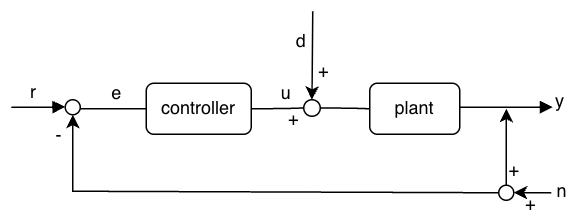
The draw.io diagram _static/images/block_diagrams/noise_disturbances.png in suann124/AIinTeaching_Archive, before a commit. Source tidied: cells renumbered, new cells last; positions are measured from the earlier drawing's top-left corner, leaving out a move shared by most shapes.
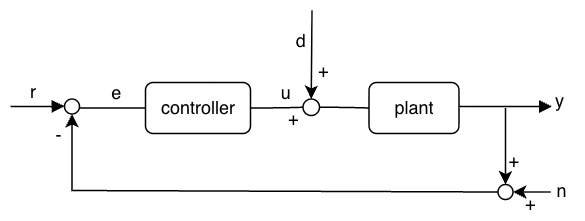
After the commit.

The edit, as a diff of the source:
```diff
@@ -66,11 +66,6 @@
         </Array>
       </mxGeometry>
     </mxCell>
-    <mxCell id="18" style="endArrow=classic;html=1;rounded=0;exitX=0.5;exitY=0;exitDx=0;exitDy=0;" parent="1" edge="1" source="7">
-      <mxGeometry relative="1" as="geometry">
-        <mxPoint x="332" y="65" as="targetPoint" />
-      </mxGeometry>
-    </mxCell>
     <mxCell id="19" style="endArrow=classic;html=1;rounded=0;entryX=0.5;entryY=0;entryDx=0;entryDy=0;" parent="1" edge="1" target="4">
       <mxGeometry relative="1" as="geometry">
         <mxPoint x="203" as="sourcePoint" />
@@ -97,14 +92,20 @@
     <mxCell id="23" value="+" style="text;html=1;strokeColor=none;fillColor=none;align=right;verticalAlign=middle;" parent="1" vertex="1">
       <mxGeometry x="175" y="62" width="20" height="20" as="geometry" />
     </mxCell>
-    <mxCell id="24" value="+" style="text;html=1;strokeColor=none;fillColor=none;align=right;verticalAlign=middle;" parent="1" vertex="1">
-      <mxGeometry x="322" y="96" width="20" height="20" as="geometry" />
-    </mxCell>
     <mxCell id="25" value="+" style="text;html=1;strokeColor=none;fillColor=none;align=right;verticalAlign=middle;" parent="1" vertex="1">
       <mxGeometry x="333" y="119" width="20" height="20" as="geometry" />
     </mxCell>
     <mxCell id="26" value="-" style="text;html=1;strokeColor=none;fillColor=none;align=right;verticalAlign=middle;" parent="1" vertex="1">
       <mxGeometry x="17" y="73" width="20" height="20" as="geometry" />
     </mxCell>
+    <mxCell id="27" style="endArrow=classic;html=1;rounded=0;entryX=0.5;entryY=1;entryDx=0;entryDy=0;" parent="1" edge="1">
+      <mxGeometry relative="1" as="geometry">
+        <mxPoint x="332" y="65" as="sourcePoint" />
+        <mxPoint x="332" y="116" as="targetPoint" />
+      </mxGeometry>
+    </mxCell>
+    <mxCell id="24" value="+" style="text;html=1;strokeColor=none;fillColor=none;align=right;verticalAlign=middle;" parent="1" vertex="1">
+      <mxGeometry x="322" y="90" width="20" height="20" as="geometry" />
+    </mxCell>
   </root>
 </mxGraphModel>
```
